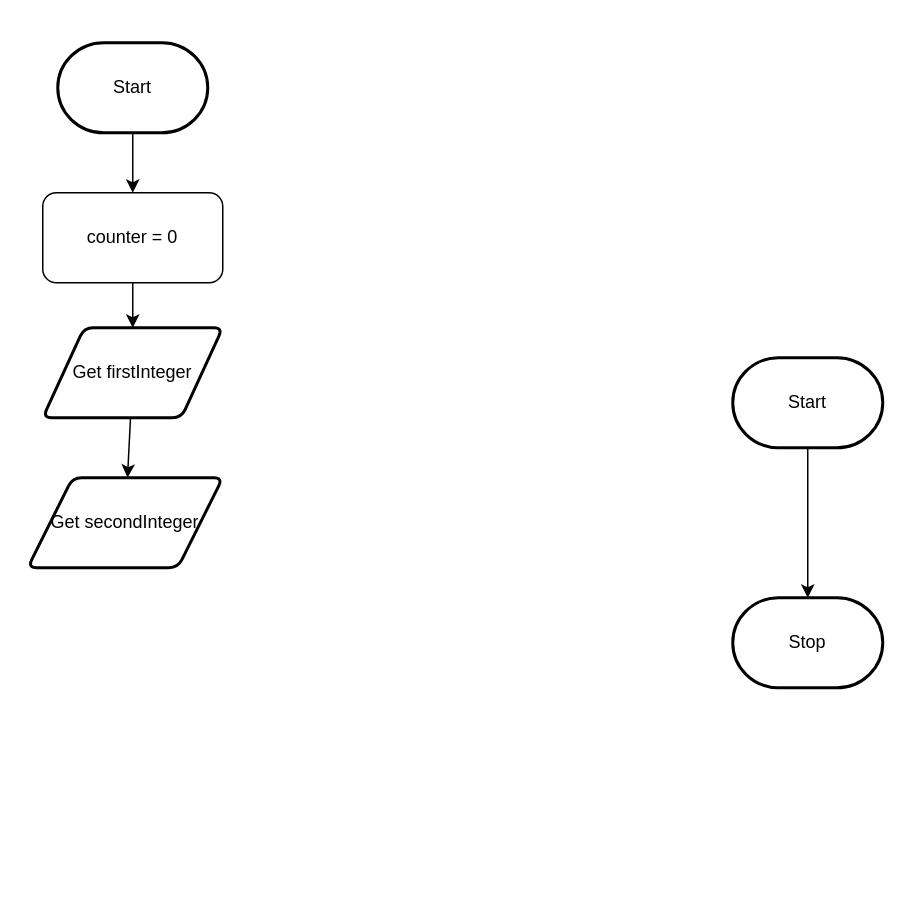
The draw.io diagram design/flowchart.drawio in MTHS-ICD2O-1-2024/ICD2O-Unit-5-06-Olivia-Ten-Den, before the edit. Source tidied: cells renumbered, new cells numbered last; positions are measured from the earlier drawing's top-left corner, leaving out a move shared by most shapes. Both pictures are drawn from the tidied source at 150%, with x=0, y=0 at pixel (27, 42).
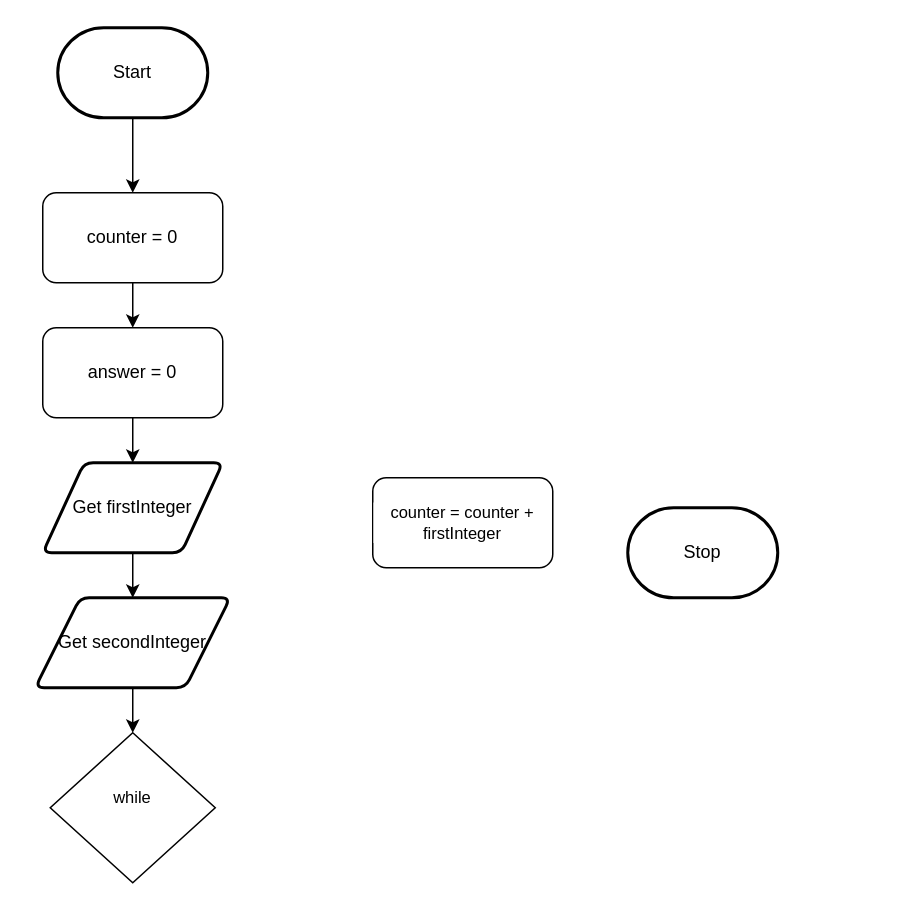
The same diagram, later.

Diff of the diagram source:
```diff
@@
 <mxGraphModel>
   <root>
     <mxCell id="0" />
     <mxCell id="1" parent="0" />
-    <mxCell id="2" style="edgeStyle=orthogonalEdgeStyle;html=1;rounded=0;" parent="1" edge="1" source="3" target="4">
-      <mxGeometry relative="1" as="geometry" />
-    </mxCell>
-    <mxCell id="3" value="Start" style="strokeWidth=2;html=1;shape=mxgraph.flowchart.terminator;whiteSpace=wrap;" parent="1" vertex="1">
-      <mxGeometry x="470" y="210" width="100" height="60" as="geometry" />
-    </mxCell>
     <mxCell id="4" value="Stop" style="strokeWidth=2;html=1;shape=mxgraph.flowchart.terminator;whiteSpace=wrap;" parent="1" vertex="1">
-      <mxGeometry x="470" y="370" width="100" height="60" as="geometry" />
+      <mxGeometry x="400" y="310" width="100" height="60" as="geometry" />
     </mxCell>
-    <mxCell id="5" style="edgeStyle=none;html=1;" parent="1" edge="1" source="6" target="8">
+    <mxCell id="5" style="edgeStyle=orthogonalEdgeStyle;html=1;rounded=0;curved=0;" parent="1" edge="1" source="6" target="8">
       <mxGeometry relative="1" as="geometry" />
     </mxCell>
     <mxCell id="6" value="Start" style="strokeWidth=2;html=1;shape=mxgraph.flowchart.terminator;whiteSpace=wrap;" parent="1" vertex="1">
-      <mxGeometry x="20" width="100" height="60" as="geometry" />
+      <mxGeometry x="20" y="-10" width="100" height="60" as="geometry" />
     </mxCell>
-    <mxCell id="7" style="edgeStyle=none;html=1;" parent="1" edge="1" source="8" target="10">
-      <mxGeometry relative="1" as="geometry" />
-    </mxCell>
+    <mxCell id="12" style="edgeStyle=orthogonalEdgeStyle;html=1;rounded=0;curved=0;" parent="1" edge="1" source="8" target="7">
+      <mxGeometry relative="1" as="geometry" />
+    </mxCell>
     <mxCell id="8" value="counter = 0" style="rounded=1;whiteSpace=wrap;html=1;" parent="1" vertex="1">
       <mxGeometry x="10" y="100" width="120" height="60" as="geometry" />
     </mxCell>
-    <mxCell id="9" style="edgeStyle=none;html=1;" parent="1" edge="1" source="10" target="11">
-      <mxGeometry relative="1" as="geometry" />
+    <mxCell id="9" style="edgeStyle=orthogonalEdgeStyle;html=1;rounded=0;curved=0;" parent="1" edge="1" source="10" target="11">
+      <mxGeometry relative="1" as="geometry">
+        <Array as="points">
+          <mxPoint x="70" y="350" />
+          <mxPoint x="70" y="350" />
+        </Array>
+      </mxGeometry>
     </mxCell>
     <mxCell id="10" value="Get firstInteger" style="shape=parallelogram;html=1;strokeWidth=2;perimeter=parallelogramPerimeter;whiteSpace=wrap;rounded=1;arcSize=12;size=0.23;" parent="1" vertex="1">
-      <mxGeometry x="10" y="190" width="120" height="60" as="geometry" />
+      <mxGeometry x="10" y="280" width="120" height="60" as="geometry" />
     </mxCell>
+    <mxCell id="13" style="edgeStyle=orthogonalEdgeStyle;shape=connector;curved=0;rounded=0;html=1;strokeColor=default;align=center;verticalAlign=middle;fontFamily=Helvetica;fontSize=11;fontColor=default;labelBackgroundColor=default;endArrow=classic;" parent="1" edge="1" source="11" target="16">
+      <mxGeometry relative="1" as="geometry" />
+    </mxCell>
     <mxCell id="11" value="Get secondInteger" style="shape=parallelogram;html=1;strokeWidth=2;perimeter=parallelogramPerimeter;whiteSpace=wrap;rounded=1;arcSize=12;size=0.23;" parent="1" vertex="1">
-      <mxGeometry y="290" width="130" height="60" as="geometry" />
+      <mxGeometry x="5" y="370" width="130" height="60" as="geometry" />
     </mxCell>
+    <mxCell id="14" style="edgeStyle=orthogonalEdgeStyle;html=1;rounded=0;curved=0;" parent="1" edge="1" source="7" target="10">
+      <mxGeometry relative="1" as="geometry" />
+    </mxCell>
+    <mxCell id="7" value="answer = 0" style="rounded=1;whiteSpace=wrap;html=1;" parent="1" vertex="1">
+      <mxGeometry x="10" y="190" width="120" height="60" as="geometry" />
+    </mxCell>
+    <mxCell id="15" value="counter = counter + firstInteger" style="rounded=1;whiteSpace=wrap;html=1;fontFamily=Helvetica;fontSize=11;fontColor=default;labelBackgroundColor=default;" parent="1" vertex="1">
+      <mxGeometry x="230" y="290" width="120" height="60" as="geometry" />
+    </mxCell>
+    <mxCell id="16" value="while&lt;div&gt;&lt;br&gt;&lt;/div&gt;" style="rhombus;whiteSpace=wrap;html=1;fontFamily=Helvetica;fontSize=11;fontColor=default;labelBackgroundColor=default;" parent="1" vertex="1">
+      <mxGeometry x="15" y="460" width="110" height="100" as="geometry" />
+    </mxCell>
   </root>
 </mxGraphModel>
```
